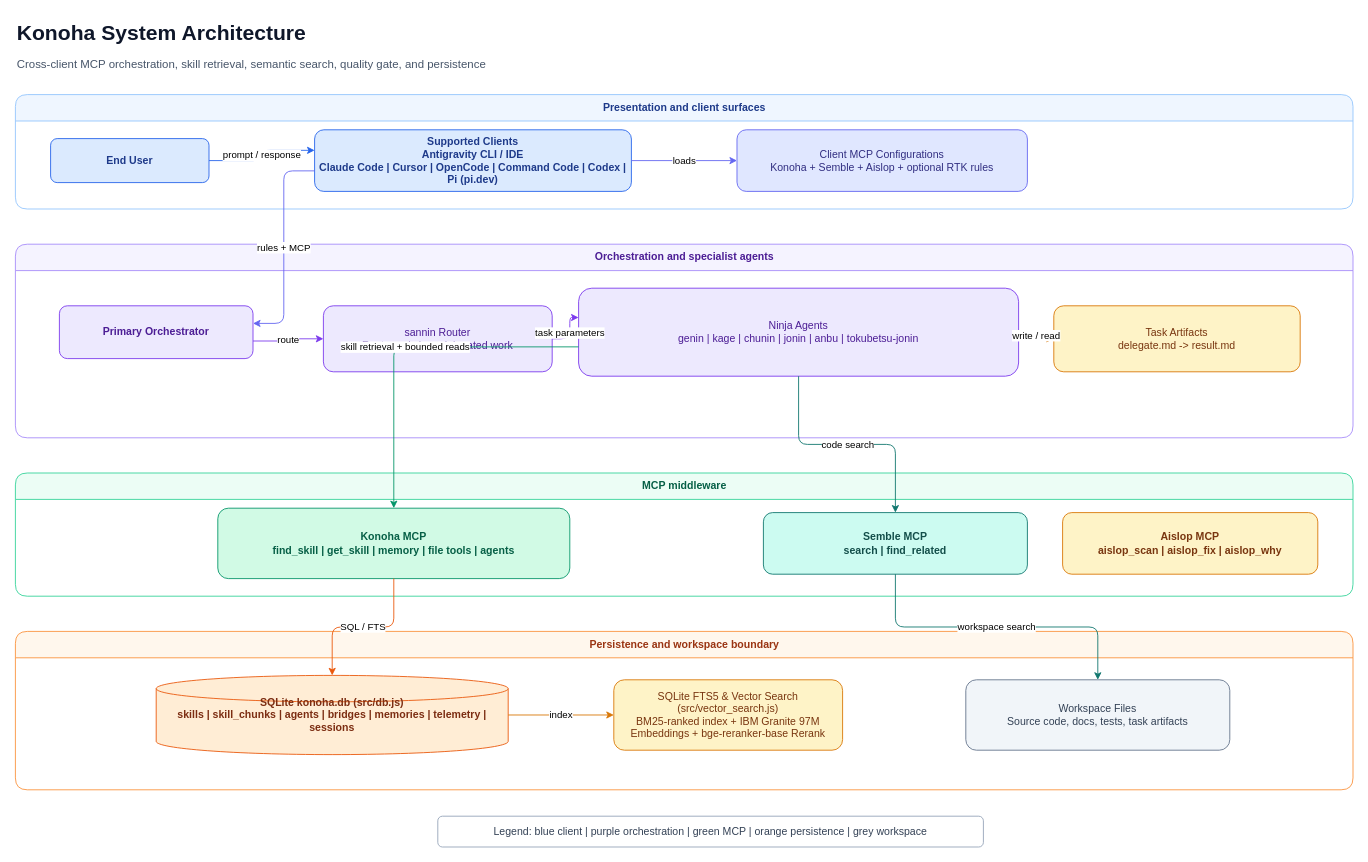
This is page "01 System Architecture" (1 of 12) of docs/diagrams/konoha-architecture.drawio from andycungkrinx91/konoha, a draw.io file, before an edit. Source tidied: cells renumbered, new cells numbered last; positions are measured from the earlier drawing's top-left corner, leaving out a move shared by most shapes. Both pictures are drawn from the tidied source at 88%, with x=0, y=0 at pixel (15, 15).
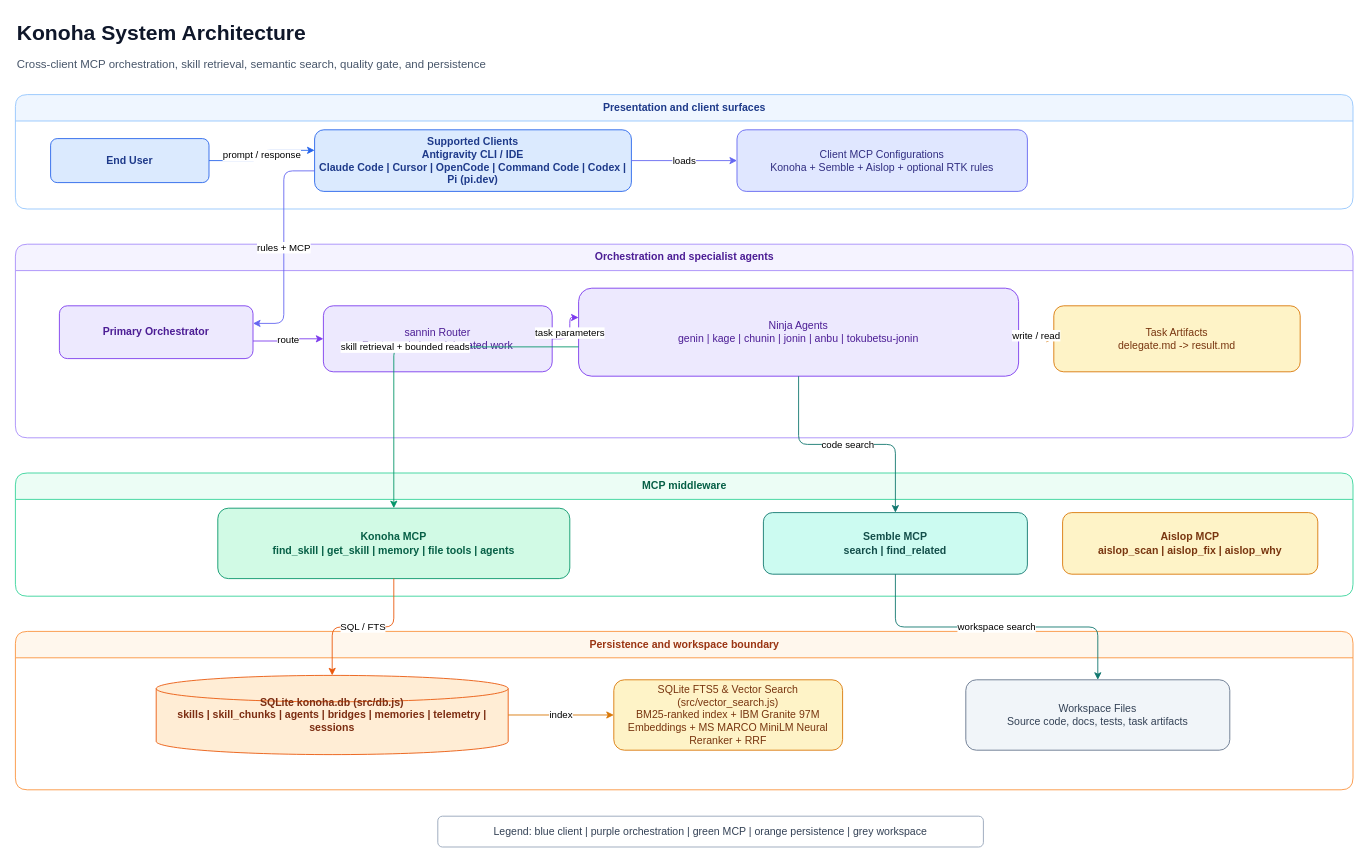
The same page after the edit.

The change refers to these unchanged cells:
```xml
<mxCell id="17" value="Persistence and workspace boundary" style="swimlane;html=1;rounded=1;startSize=30;fillColor=#fff7ed;strokeColor=#fb923c;fontColor=#9a3412;fontStyle=1;" parent="1" vertex="1">
  <mxGeometry y="700" width="1520" height="180" as="geometry" />
</mxCell>
```

The edit, as a diff of the source:
```diff
@@
-    <mxCell id="19" value="SQLite FTS5 &amp; Vector Search (src/vector_search.js)&#10;BM25-ranked index + IBM Granite 97M Embeddings + bge-reranker-base Rerank" style="rounded=1;html=1;whiteSpace=wrap;fillColor=#fef3c7;strokeColor=#d97706;fontColor=#78350f;" parent="17" vertex="1">
+    <mxCell id="19" value="SQLite FTS5 &amp; Vector Search (src/vector_search.js)&#10;BM25-ranked index + IBM Granite 97M Embeddings + MS MARCO MiniLM Neural Reranker + RRF" style="rounded=1;html=1;whiteSpace=wrap;fillColor=#fef3c7;strokeColor=#d97706;fontColor=#78350f;" parent="17" vertex="1">
       <mxGeometry x="680" y="55" width="260" height="80" as="geometry" />
     </mxCell>
```
